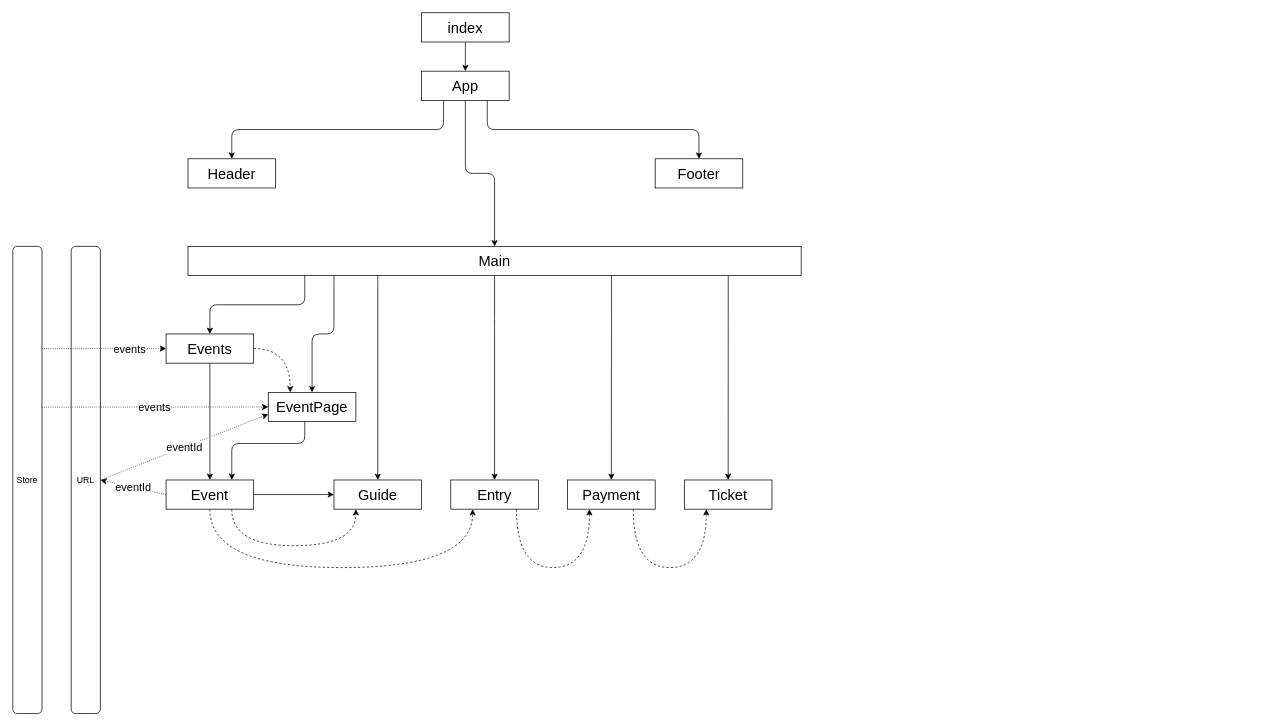
This is page "Страница 2" (2 of 2) of Docs/IsraelGuru.drawio from Hiirsh/Israel_Guru_Gretchko_Podolski, a draw.io file, before an edit. Source tidied: cells renumbered, new cells numbered last; positions are measured from the earlier drawing's top-left corner, leaving out a move shared by most shapes. Both pictures are drawn from the tidied source at 73%, with x=0, y=0 at pixel (12, 12).
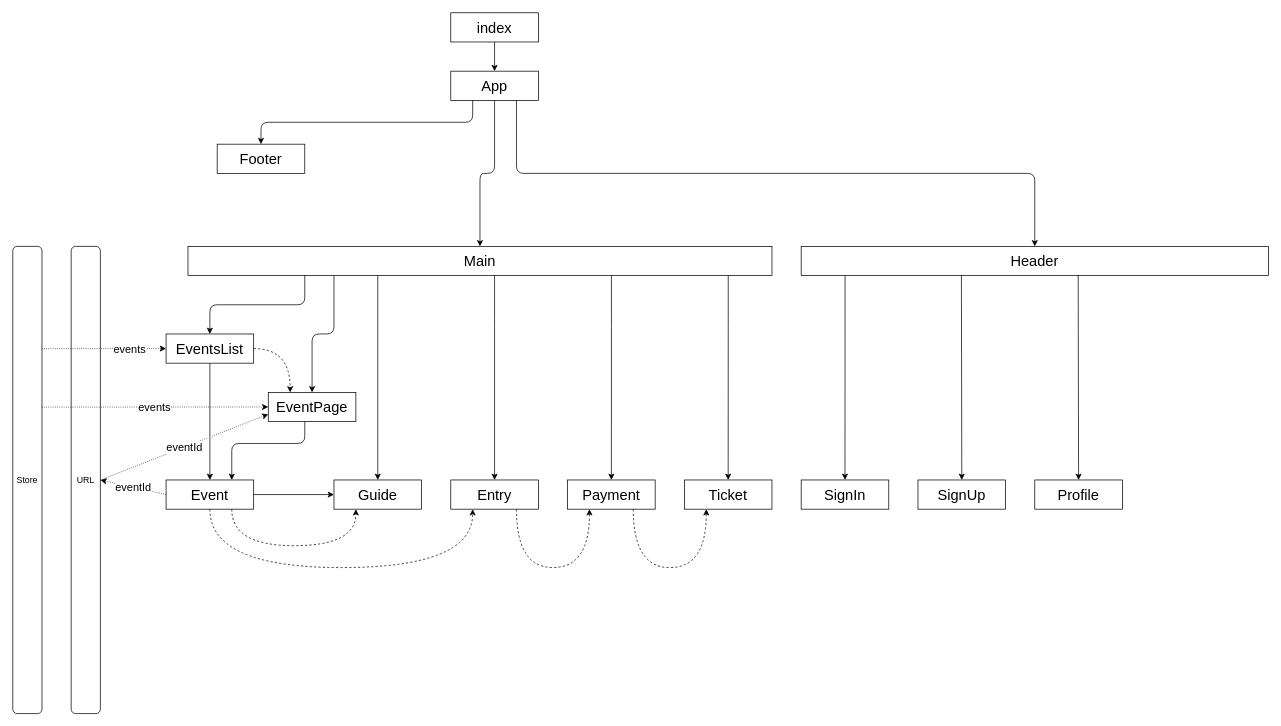
After the change.

The edit, as a diff of the source:
```diff
@@
-    <mxCell id="3" style="edgeStyle=orthogonalEdgeStyle;rounded=1;jettySize=auto;html=1;exitX=0.25;exitY=1;exitDx=0;exitDy=0;entryX=0.5;entryY=0;entryDx=0;entryDy=0;fontSize=20;" parent="1" edge="1" source="6" target="12">
+    <mxCell id="3" style="edgeStyle=orthogonalEdgeStyle;rounded=1;jettySize=auto;html=1;exitX=0.75;exitY=1;exitDx=0;exitDy=0;entryX=0.5;entryY=0;entryDx=0;entryDy=0;fontSize=20;" parent="1" edge="1" source="6" target="12">
       <mxGeometry relative="1" as="geometry" />
     </mxCell>
@@
-    <mxCell id="5" style="edgeStyle=orthogonalEdgeStyle;rounded=1;jettySize=auto;html=1;exitX=0.75;exitY=1;exitDx=0;exitDy=0;entryX=0.5;entryY=0;entryDx=0;entryDy=0;fontSize=20;" parent="1" edge="1" source="6" target="13">
+    <mxCell id="5" style="edgeStyle=orthogonalEdgeStyle;rounded=1;jettySize=auto;html=1;exitX=0.25;exitY=1;exitDx=0;exitDy=0;entryX=0.5;entryY=0;entryDx=0;entryDy=0;fontSize=20;" parent="1" edge="1" source="6" target="13">
       <mxGeometry relative="1" as="geometry" />
     </mxCell>
     <mxCell id="6" value="&lt;font style=&quot;font-size: 20px&quot;&gt;App&lt;/font&gt;" style="rounded=0;whiteSpace=wrap;html=1;fillColor=none;" parent="1" vertex="1">
-      <mxGeometry x="560" y="80" width="120" height="40" as="geometry" />
+      <mxGeometry x="600" y="80" width="120" height="40" as="geometry" />
     </mxCell>
@@
     <mxCell id="8" value="&lt;font style=&quot;font-size: 20px&quot;&gt;index&lt;/font&gt;" style="rounded=0;whiteSpace=wrap;html=1;fillColor=none;" parent="1" vertex="1">
-      <mxGeometry x="560" width="120" height="40" as="geometry" />
+      <mxGeometry x="600" width="120" height="40" as="geometry" />
     </mxCell>
@@
     <mxCell id="11" value="&lt;font style=&quot;font-size: 20px&quot;&gt;Main&lt;/font&gt;" style="rounded=0;whiteSpace=wrap;html=1;fillColor=none;" parent="1" vertex="1">
-      <mxGeometry x="240" y="320" width="840" height="40" as="geometry" />
+      <mxGeometry x="240" y="320" width="800" height="40" as="geometry" />
     </mxCell>
     <mxCell id="12" value="&lt;font style=&quot;font-size: 20px&quot;&gt;Header&lt;/font&gt;" style="rounded=0;whiteSpace=wrap;html=1;fillColor=none;" parent="1" vertex="1">
-      <mxGeometry x="240" y="200" width="120" height="40" as="geometry" />
+      <mxGeometry x="1080" y="320" width="640" height="40" as="geometry" />
     </mxCell>
     <mxCell id="13" value="&lt;font style=&quot;font-size: 20px&quot;&gt;Footer&lt;/font&gt;" style="rounded=0;whiteSpace=wrap;html=1;fillColor=none;" parent="1" vertex="1">
-      <mxGeometry x="880" y="200" width="120" height="40" as="geometry" />
+      <mxGeometry x="280" y="180" width="120" height="40" as="geometry" />
     </mxCell>
@@
-    <mxCell id="16" value="&lt;font style=&quot;font-size: 20px&quot;&gt;Events&lt;/font&gt;" style="rounded=0;whiteSpace=wrap;html=1;fillColor=none;" parent="1" vertex="1">
+    <mxCell id="16" value="&lt;font style=&quot;font-size: 20px&quot;&gt;EventsList&lt;/font&gt;" style="rounded=0;whiteSpace=wrap;html=1;fillColor=none;" parent="1" vertex="1">
       <mxGeometry x="210" y="440" width="120" height="40" as="geometry" />
     </mxCell>
@@
+    <mxCell id="38" value="&lt;font style=&quot;font-size: 20px&quot;&gt;SignIn&lt;/font&gt;" style="rounded=0;whiteSpace=wrap;html=1;fillColor=none;" parent="1" vertex="1">
+      <mxGeometry x="1080" y="640" width="120" height="40" as="geometry" />
+    </mxCell>
+    <mxCell id="39" style="endArrow=classic;html=1;rounded=0;fontSize=20;entryX=0.5;entryY=0;entryDx=0;entryDy=0;exitX=0.094;exitY=1;exitDx=0;exitDy=0;exitPerimeter=0;" parent="1" edge="1" source="12" target="38">
+      <mxGeometry relative="1" as="geometry" />
+    </mxCell>
+    <mxCell id="40" value="&lt;font style=&quot;font-size: 20px&quot;&gt;SignUp&lt;/font&gt;" style="rounded=0;whiteSpace=wrap;html=1;fillColor=none;" parent="1" vertex="1">
+      <mxGeometry x="1240" y="640" width="120" height="40" as="geometry" />
+    </mxCell>
+    <mxCell id="41" style="endArrow=classic;html=1;rounded=0;fontSize=20;entryX=0.5;entryY=0;entryDx=0;entryDy=0;exitX=0.124;exitY=0.974;exitDx=0;exitDy=0;exitPerimeter=0;" parent="1" edge="1" target="40">
+      <mxGeometry relative="1" as="geometry">
+        <mxPoint x="1299.5" y="359" as="sourcePoint" />
+      </mxGeometry>
+    </mxCell>
+    <mxCell id="42" value="&lt;span style=&quot;font-size: 20px&quot;&gt;Profile&lt;/span&gt;" style="rounded=0;whiteSpace=wrap;html=1;fillColor=none;" parent="1" vertex="1">
+      <mxGeometry x="1400" y="640" width="120" height="40" as="geometry" />
+    </mxCell>
+    <mxCell id="43" style="endArrow=classic;html=1;rounded=0;fontSize=20;entryX=0.5;entryY=0;entryDx=0;entryDy=0;exitX=0.124;exitY=0.974;exitDx=0;exitDy=0;exitPerimeter=0;" parent="1" edge="1" target="42">
+      <mxGeometry relative="1" as="geometry">
+        <mxPoint x="1459.5" y="359" as="sourcePoint" />
+      </mxGeometry>
+    </mxCell>
```
